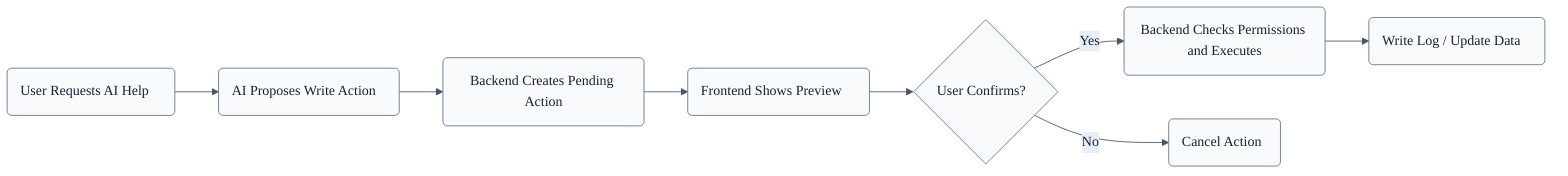
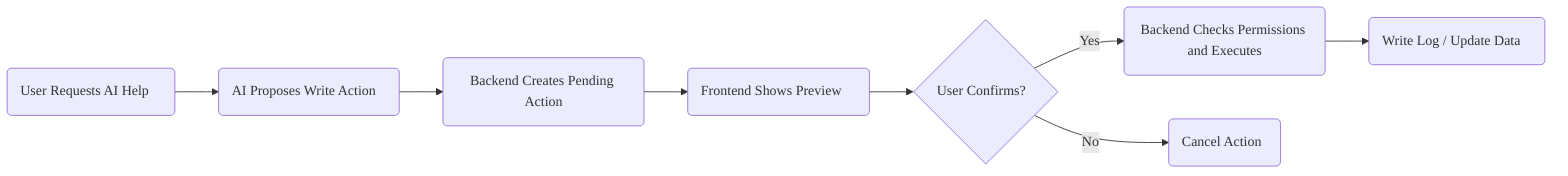
---
config:
-   theme: base
  themeVariables:
    fontFamily: Inter, Arial, sans-serif
-     primaryColor: '#f8fafc'
-     primaryTextColor: '#172033'
-     primaryBorderColor: '#65758b'
-     lineColor: '#475569'
-     secondaryColor: '#e8eef8'
-     tertiaryColor: '#ffffff'
---
flowchart LR
    User(User Requests AI Help) --> AI(AI Proposes Write Action)
    AI --> Backend(Backend Creates Pending Action)
    Backend --> Preview(Frontend Shows Preview)
    Preview --> Decision{User Confirms?}
    Decision -->|Yes| Execute(Backend Checks Permissions and Executes)
    Decision -->|No| Cancel(Cancel Action)
    Execute --> Audit(Write Log / Update Data)

classDef person fill:#fff7ed,stroke:#f97316,color:#7c2d12,stroke-width:1px;
classDef app fill:#eef6ff,stroke:#2563eb,color:#172554,stroke-width:1px;
classDef backend fill:#eef2ff,stroke:#4f46e5,color:#1e1b4b,stroke-width:1px;
classDef data fill:#ecfdf5,stroke:#059669,color:#064e3b,stroke-width:1px;
classDef external fill:#fdf2f8,stroke:#db2777,color:#831843,stroke-width:1px;
classDef process fill:#f8fafc,stroke:#64748b,color:#0f172a,stroke-width:1px;
classDef warn fill:#fff7ed,stroke:#ea580c,color:#7c2d12,stroke-width:1px;
classDef ok fill:#f0fdf4,stroke:#16a34a,color:#14532d,stroke-width:1px;
